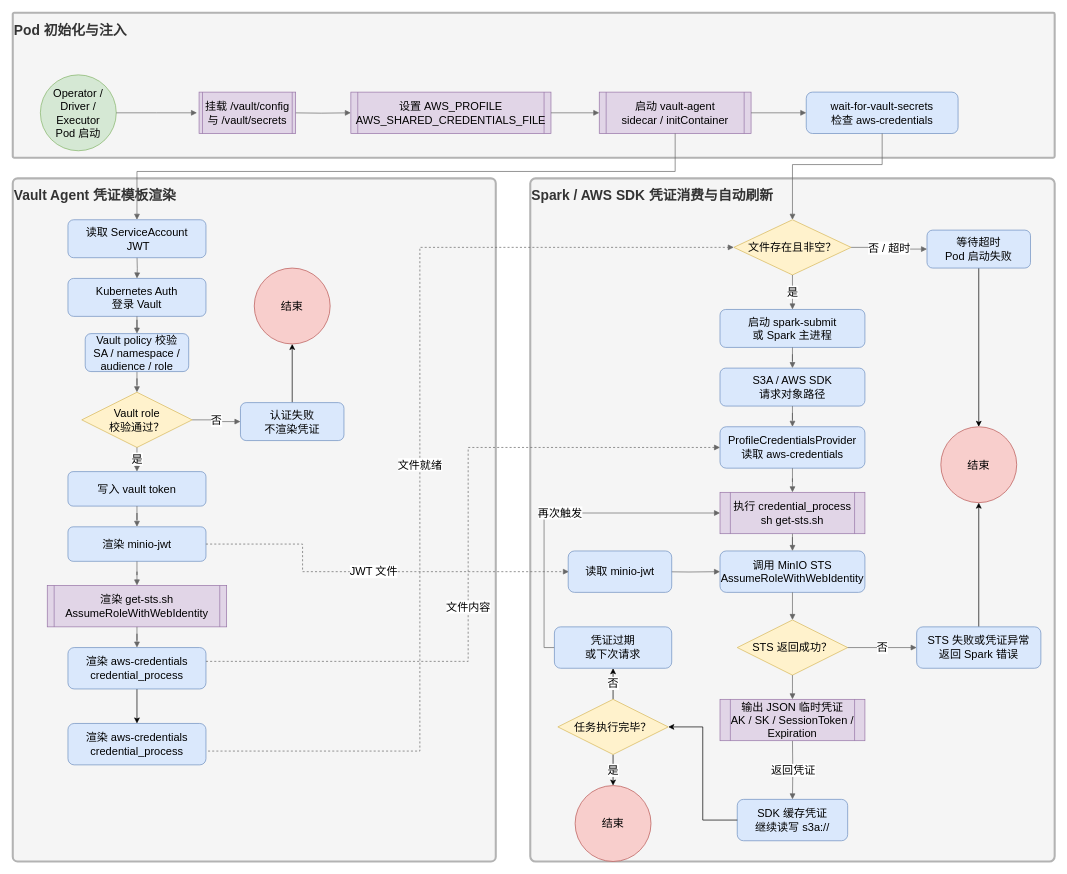
ApolloMeridian/miniprogram keeps this draw.io diagram as frontend/算法2.drawio. Above is the earlier version. Source tidied: cells renumbered, new cells numbered last; positions are measured from the earlier drawing's top-left corner, leaving out a move shared by most shapes. Both pictures are drawn from the tidied source at 69%, with x=0, y=0 at pixel (12, 12).
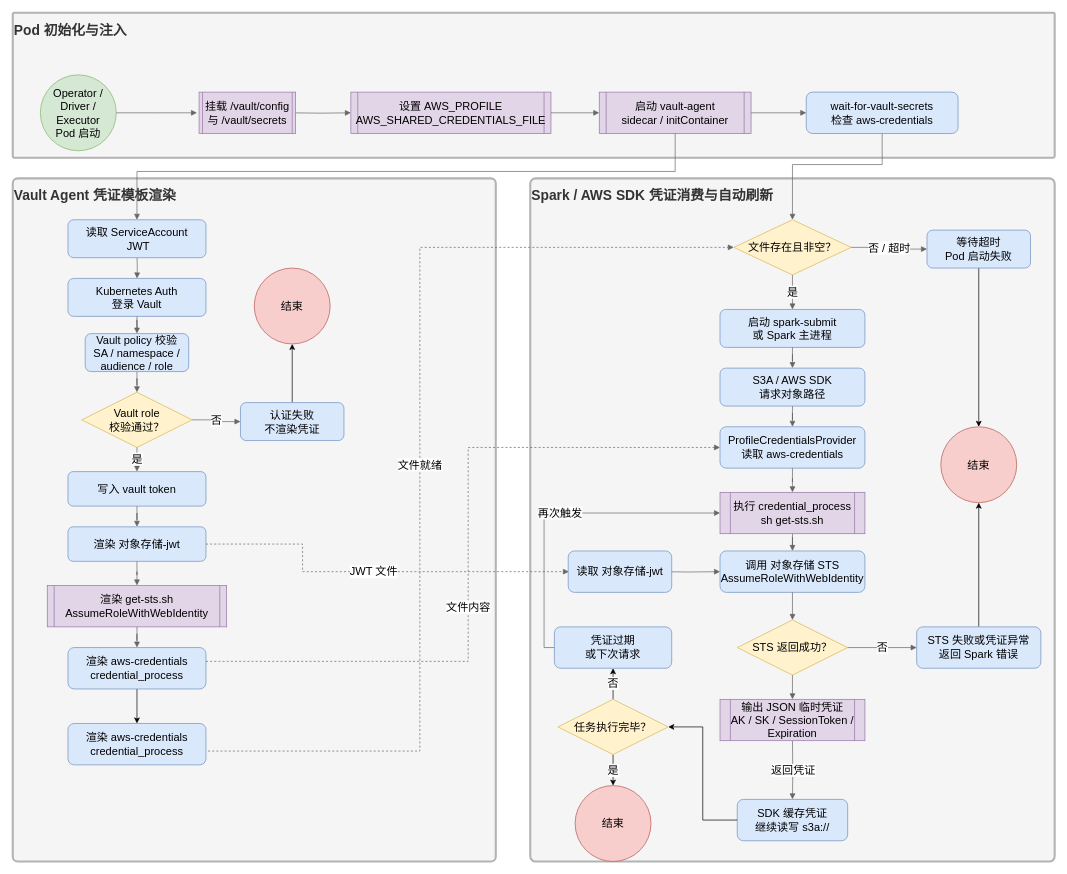
The same diagram, later.

Diff of the diagram source:
```diff
@@
-    <mxCell id="14" value="渲染 minio-jwt" style="rounded=1;whiteSpace=wrap;html=1;fillColor=#dae8fc;strokeColor=#6c8ebf;fontSize=16;" parent="1" vertex="1">
+    <mxCell id="14" value="渲染 对象存储-jwt" style="rounded=1;whiteSpace=wrap;html=1;fillColor=#dae8fc;strokeColor=#6c8ebf;fontSize=16;" parent="1" vertex="1">
       <mxGeometry x="80" y="745" width="200" height="50" as="geometry" />
     </mxCell>
@@
-    <mxCell id="25" value="调用 MinIO STS&#10;AssumeRoleWithWebIdentity" style="rounded=1;whiteSpace=wrap;html=1;fillColor=#dae8fc;strokeColor=#6c8ebf;fontSize=16;" parent="1" vertex="1">
+    <mxCell id="25" value="调用 对象存储 STS&lt;br&gt;AssumeRoleWithWebIdentity" style="rounded=1;whiteSpace=wrap;html=1;fillColor=#dae8fc;strokeColor=#6c8ebf;fontSize=16;" parent="1" vertex="1">
       <mxGeometry x="1025" y="780" width="210" height="60" as="geometry" />
     </mxCell>
@@
-    <mxCell id="71" value="读取 minio-jwt" style="rounded=1;whiteSpace=wrap;html=1;fillColor=#dae8fc;strokeColor=#6c8ebf;fontSize=16;" parent="1" vertex="1">
+    <mxCell id="71" value="读取 对象存储-jwt" style="rounded=1;whiteSpace=wrap;html=1;fillColor=#dae8fc;strokeColor=#6c8ebf;fontSize=16;" parent="1" vertex="1">
       <mxGeometry x="805" y="780" width="150" height="60" as="geometry" />
     </mxCell>
```
